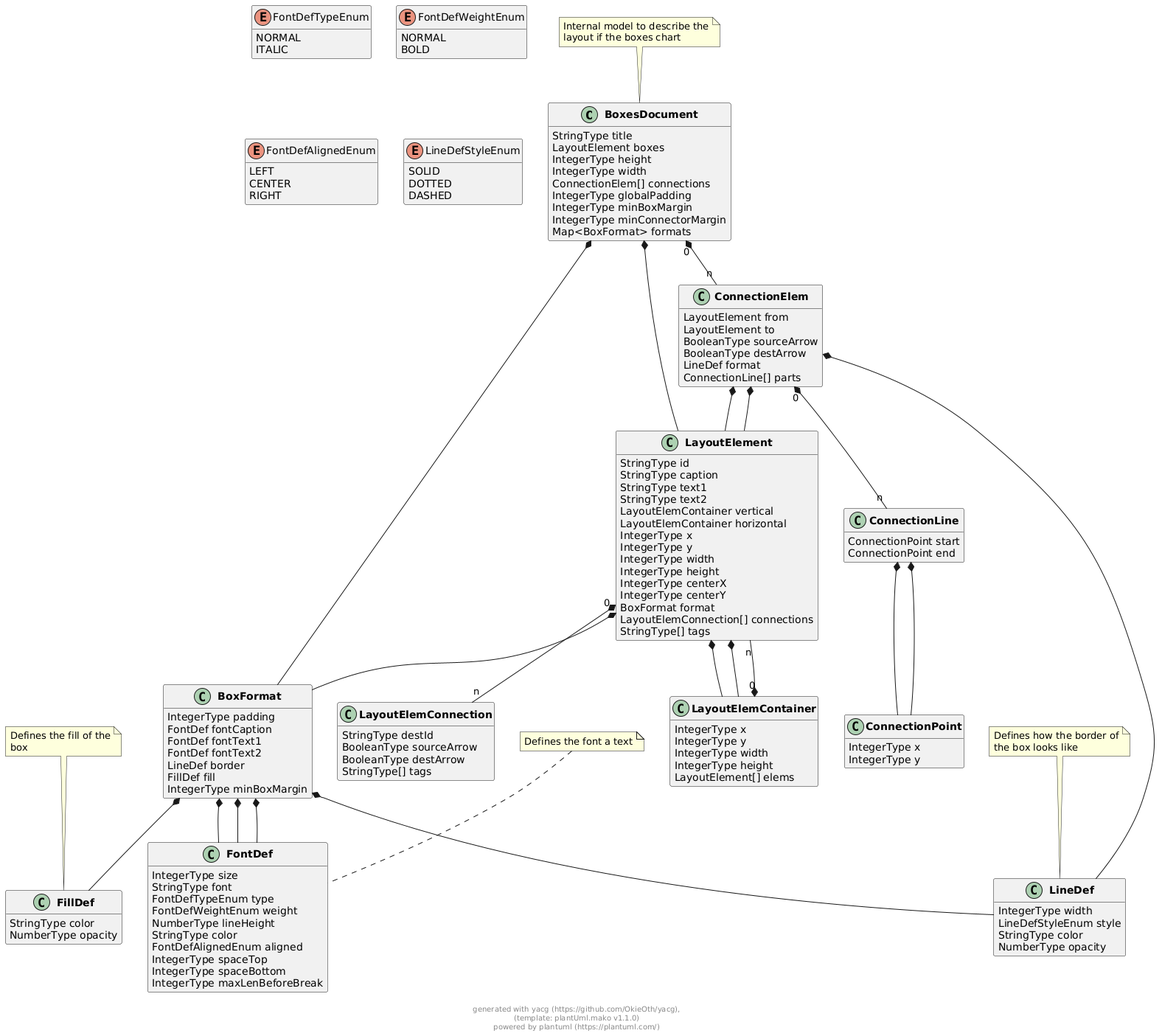
Above: docs/models/png/boxes_document.png in OkieOth/draw.chart.things (PlantUML), before the change.
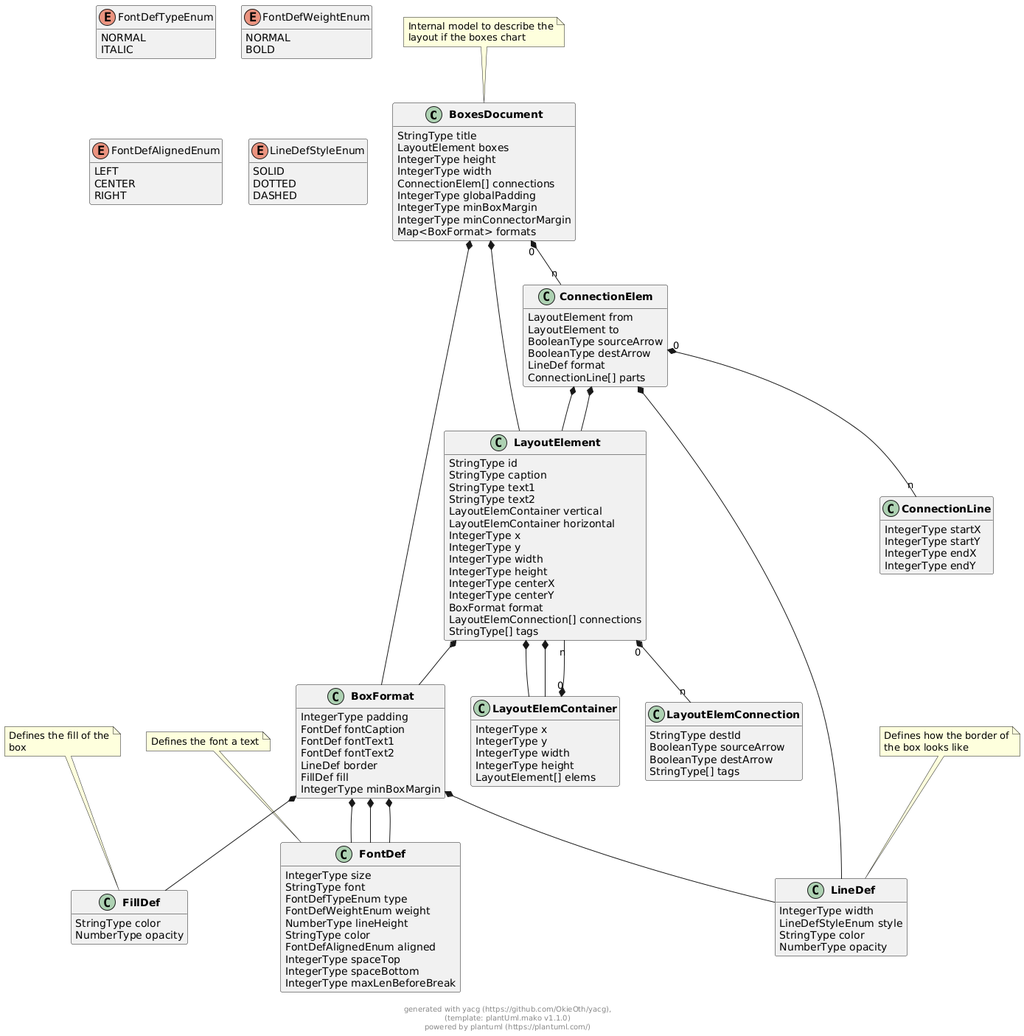
Later version of the same file.

Commit message:
wip: find connections between the boxes

The edit, as a diff of the source:
```diff
@@ -82,15 +82,10 @@
 
 
 class "**ConnectionLine**" as ConnectionLine {
-        ConnectionPoint start
-        ConnectionPoint end
-}
-
-
-
-class "**ConnectionPoint**" as ConnectionPoint {
-        IntegerType x
-        IntegerType y
+        IntegerType startX
+        IntegerType startY
+        IntegerType endX
+        IntegerType endY
 }
 
 
@@ -223,9 +218,6 @@
 
 
 
-ConnectionLine  *--  ConnectionPoint
-
-ConnectionLine  *--  ConnectionPoint
 
 
 
```
